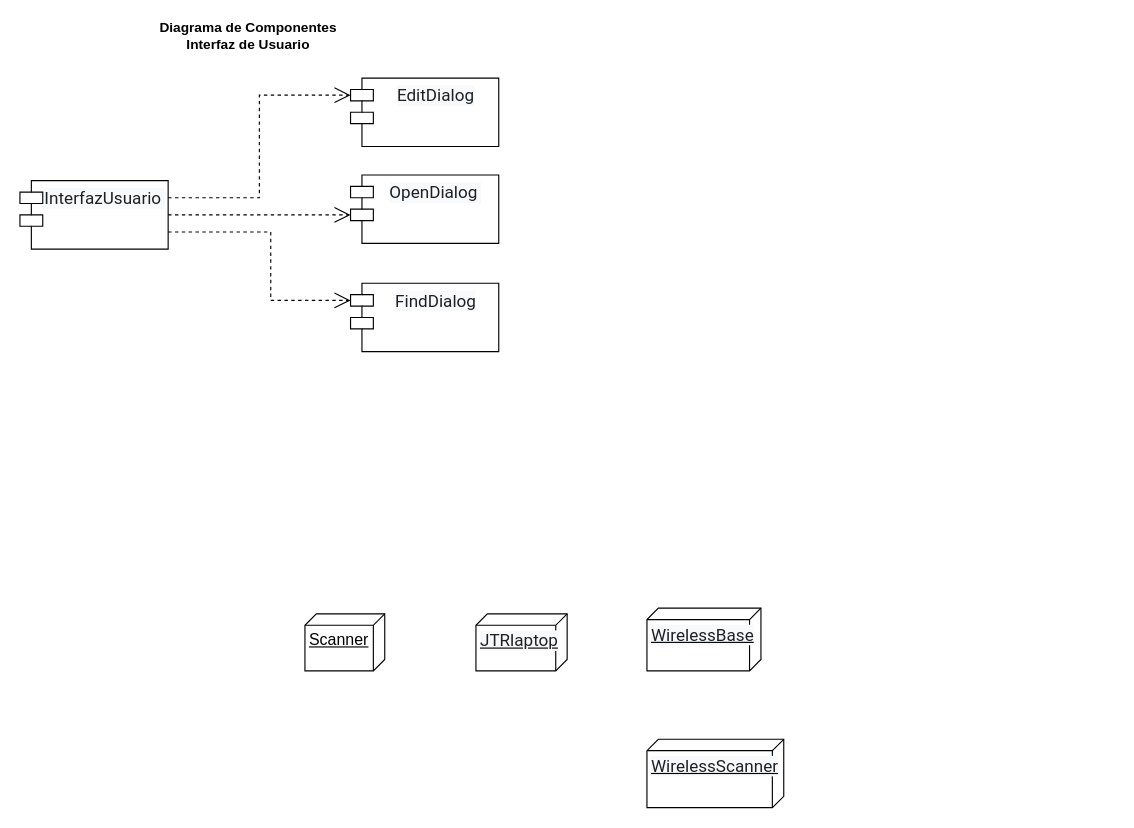
Earlier version of the draw.io diagram Diagramas componentes.drawio (misiomishi/itcj). Source tidied: cells renumbered, new cells numbered last; positions are measured from the earlier drawing's top-left corner, leaving out a move shared by most shapes. Both pictures are drawn from the tidied source at 114%, with x=0, y=0 at pixel (19, 21).
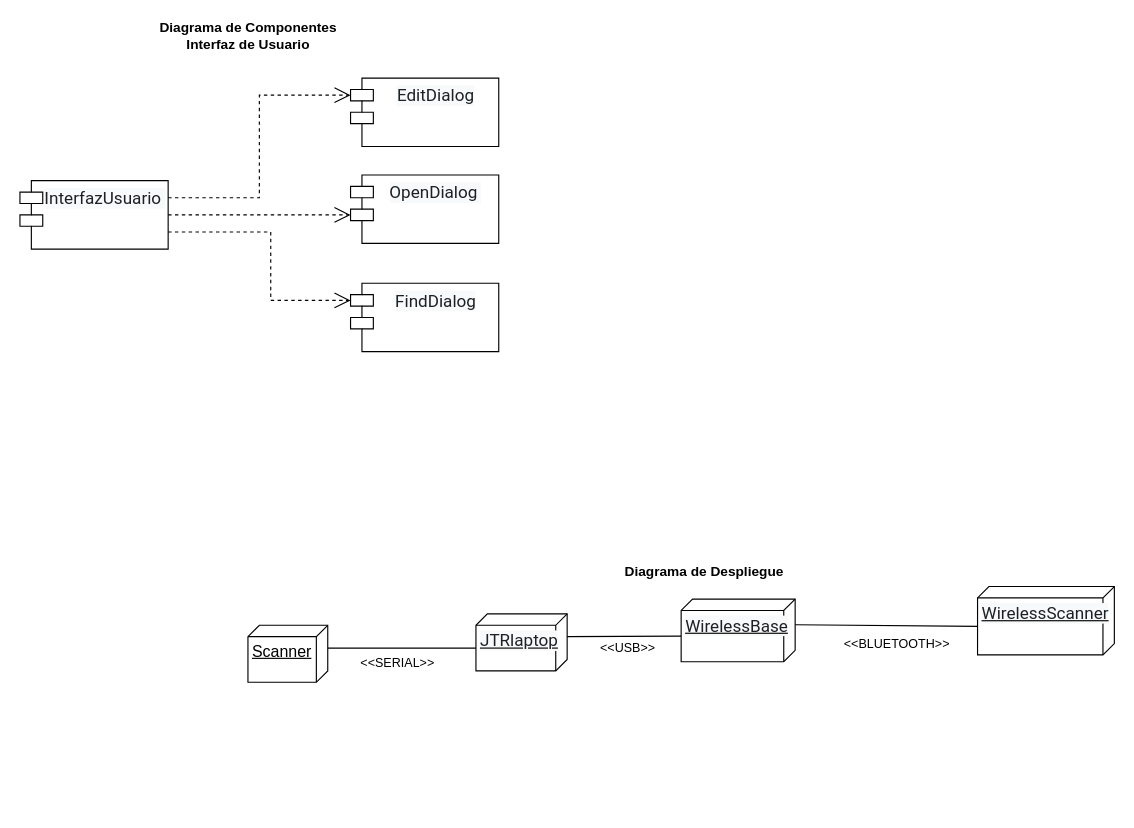
After the change.

Unchanged cells that the change refers to:
```xml
<mxCell id="11" value="&lt;span style=&quot;color: rgb(29, 33, 37); font-family: Roboto; font-size: 15px; background-color: rgb(248, 249, 250);&quot;&gt;JTRlaptop&lt;/span&gt;" style="verticalAlign=top;align=left;spacingTop=8;spacingLeft=2;spacingRight=12;shape=cube;size=10;direction=south;fontStyle=4;html=1;whiteSpace=wrap;" parent="1" vertex="1">
  <mxGeometry x="400" y="520" width="80" height="50" as="geometry" />
</mxCell>
```

Change to the diagram source:
```diff
@@
     <mxCell id="10" value="&lt;font style=&quot;font-size: 14px;&quot;&gt;Scanner&lt;/font&gt;" style="verticalAlign=top;align=left;spacingTop=8;spacingLeft=2;spacingRight=12;shape=cube;size=10;direction=south;fontStyle=4;html=1;whiteSpace=wrap;" parent="1" vertex="1">
-      <mxGeometry x="250" y="520" width="70" height="50" as="geometry" />
+      <mxGeometry x="200" y="530" width="70" height="50" as="geometry" />
     </mxCell>
@@
     <mxCell id="12" value="&lt;span style=&quot;color: rgb(29, 33, 37); font-family: Roboto; font-size: 15px; background-color: rgb(248, 249, 250);&quot;&gt;WirelessBase&lt;/span&gt;" style="verticalAlign=top;align=left;spacingTop=8;spacingLeft=2;spacingRight=12;shape=cube;size=10;direction=south;fontStyle=4;html=1;whiteSpace=wrap;" parent="1" vertex="1">
-      <mxGeometry x="550" y="515" width="100" height="55" as="geometry" />
+      <mxGeometry x="580" y="507" width="100" height="55" as="geometry" />
     </mxCell>
     <mxCell id="13" value="&lt;span style=&quot;color: rgb(29, 33, 37); font-family: Roboto; font-size: 15px; background-color: rgb(248, 249, 250);&quot;&gt;WirelessScanner&lt;/span&gt;" style="verticalAlign=top;align=left;spacingTop=8;spacingLeft=2;spacingRight=12;shape=cube;size=10;direction=south;fontStyle=4;html=1;whiteSpace=wrap;" parent="1" vertex="1">
-      <mxGeometry x="550" y="630" width="120" height="60" as="geometry" />
+      <mxGeometry x="840" y="496" width="120" height="60" as="geometry" />
     </mxCell>
+    <mxCell id="14" style="endArrow=none;html=1;rounded=0;exitX=0;exitY=0;exitDx=20;exitDy=0;exitPerimeter=0;entryX=0;entryY=0;entryDx=30;entryDy=80;entryPerimeter=0;" parent="1" edge="1" source="10" target="11">
+      <mxGeometry relative="1" as="geometry" />
+    </mxCell>
+    <mxCell id="15" value="&amp;lt;&amp;lt;SERIAL&amp;gt;&amp;gt;" style="edgeLabel;html=1;align=center;verticalAlign=middle;" parent="14" vertex="1">
+      <mxGeometry x="-0.27" y="-2" relative="1" as="geometry">
+        <mxPoint x="13" y="10" as="offset" />
+      </mxGeometry>
+    </mxCell>
+    <mxCell id="16" style="endArrow=none;html=1;rounded=0;exitX=0;exitY=0;exitDx=20;exitDy=0;exitPerimeter=0;entryX=0;entryY=0;entryDx=32.5;entryDy=100;entryPerimeter=0;" parent="1" edge="1" source="11" target="12">
+      <mxGeometry relative="1" as="geometry" />
+    </mxCell>
+    <mxCell id="17" value="&amp;lt;&amp;lt;USB&amp;gt;&amp;gt;" style="edgeLabel;html=1;align=center;verticalAlign=middle;" parent="16" vertex="1">
+      <mxGeometry x="-0.19" y="3" relative="1" as="geometry">
+        <mxPoint x="12" y="13" as="offset" />
+      </mxGeometry>
+    </mxCell>
+    <mxCell id="18" style="endArrow=none;html=1;rounded=0;exitX=0;exitY=0;exitDx=22.5;exitDy=0;exitPerimeter=0;entryX=0;entryY=0;entryDx=35;entryDy=120;entryPerimeter=0;" parent="1" edge="1" source="12" target="13">
+      <mxGeometry relative="1" as="geometry" />
+    </mxCell>
+    <mxCell id="19" value="&amp;lt;&amp;lt;BLUETOOTH&amp;gt;&amp;gt;" style="edgeLabel;html=1;align=center;verticalAlign=middle;" parent="18" vertex="1">
+      <mxGeometry x="0.11" y="-1" relative="1" as="geometry">
+        <mxPoint y="14" as="offset" />
+      </mxGeometry>
+    </mxCell>
+    <mxCell id="20" value="Diagrama de Despliegue" style="text;align=center;fontStyle=1;verticalAlign=middle;spacingLeft=3;spacingRight=3;strokeColor=none;html=1;" parent="1" vertex="1">
+      <mxGeometry x="560" y="470" width="80" height="26" as="geometry" />
+    </mxCell>
```
